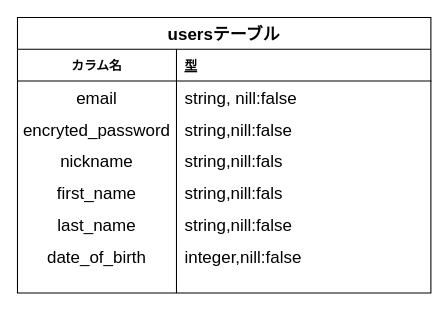
Above: furima.dio in keisuke-5837/furima-36126 (draw.io), before the change. Source tidied: cells renumbered, new cells numbered last; positions are measured from the earlier drawing's top-left corner, leaving out a move shared by most shapes. Both pictures are drawn from the tidied source at 106%, with x=0, y=0 at pixel (17, 17).
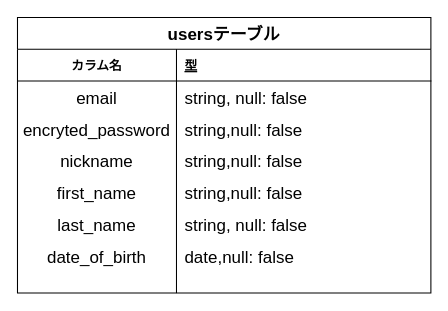
The same page after the edit.

Unchanged cells that the change refers to:
```xml
<mxCell id="6" style="shape=partialRectangle;fillColor=none;top=0;left=0;bottom=0;right=0;" parent="2" vertex="1">
  <mxGeometry y="60" width="390" height="30" as="geometry" />
</mxCell>
<mxCell id="9" style="shape=partialRectangle;fillColor=none;top=0;left=0;bottom=0;right=0;" parent="2" vertex="1">
  <mxGeometry y="90" width="390" height="30" as="geometry" />
</mxCell>
<mxCell id="12" style="shape=partialRectangle;fillColor=none;top=0;left=0;bottom=0;right=0;" parent="2" vertex="1">
  <mxGeometry y="120" width="390" height="30" as="geometry" />
</mxCell>
<mxCell id="15" style="shape=partialRectangle;fillColor=none;top=0;left=0;bottom=0;right=0;" parent="2" vertex="1">
  <mxGeometry y="150" width="390" height="30" as="geometry" />
</mxCell>
<mxCell id="18" style="shape=partialRectangle;fillColor=none;top=0;left=0;bottom=0;right=0;" parent="2" vertex="1">
  <mxGeometry y="180" width="390" height="30" as="geometry" />
</mxCell>
<mxCell id="21" style="shape=partialRectangle;fillColor=none;top=0;left=0;bottom=0;right=0;" parent="2" vertex="1">
  <mxGeometry y="210" width="390" height="30" as="geometry" />
</mxCell>
```

The edit, as a diff of the source:
```diff
@@
-    <mxCell id="8" value="string, nill:false" style="shape=partialRectangle;fillColor=none;top=0;left=0;bottom=0;right=0;align=left;spacingLeft=6;overflow=hidden;fontSize=16;" parent="6" vertex="1">
+    <mxCell id="8" value="string, null: false" style="shape=partialRectangle;fillColor=none;top=0;left=0;bottom=0;right=0;align=left;spacingLeft=6;overflow=hidden;fontSize=16;" parent="6" vertex="1">
       <mxGeometry x="150" width="240" height="30" as="geometry" />
     </mxCell>
@@
-    <mxCell id="11" value="string,nill:false" style="shape=partialRectangle;fillColor=none;top=0;left=0;bottom=0;right=0;align=left;spacingLeft=6;overflow=hidden;fontSize=16;" parent="9" vertex="1">
+    <mxCell id="11" value="string,null: false" style="shape=partialRectangle;fillColor=none;top=0;left=0;bottom=0;right=0;align=left;spacingLeft=6;overflow=hidden;fontSize=16;" parent="9" vertex="1">
       <mxGeometry x="150" width="240" height="30" as="geometry" />
     </mxCell>
@@
-    <mxCell id="14" value="string,nill:fals" style="shape=partialRectangle;fillColor=none;top=0;left=0;bottom=0;right=0;align=left;spacingLeft=6;overflow=hidden;fontSize=16;" parent="12" vertex="1">
+    <mxCell id="14" value="string,null: false" style="shape=partialRectangle;fillColor=none;top=0;left=0;bottom=0;right=0;align=left;spacingLeft=6;overflow=hidden;fontSize=16;" parent="12" vertex="1">
       <mxGeometry x="150" width="240" height="30" as="geometry" />
     </mxCell>
@@
-    <mxCell id="17" value="string,nill:fals" style="shape=partialRectangle;fillColor=none;top=0;left=0;bottom=0;right=0;align=left;spacingLeft=6;overflow=hidden;fontSize=16;" parent="15" vertex="1">
+    <mxCell id="17" value="string,null: false" style="shape=partialRectangle;fillColor=none;top=0;left=0;bottom=0;right=0;align=left;spacingLeft=6;overflow=hidden;fontSize=16;" parent="15" vertex="1">
       <mxGeometry x="150" width="240" height="30" as="geometry" />
     </mxCell>
@@
-    <mxCell id="20" value="string,nill:false" style="shape=partialRectangle;fillColor=none;top=0;left=0;bottom=0;right=0;align=left;spacingLeft=6;overflow=hidden;fontSize=16;" parent="18" vertex="1">
+    <mxCell id="20" value="string, null: false" style="shape=partialRectangle;fillColor=none;top=0;left=0;bottom=0;right=0;align=left;spacingLeft=6;overflow=hidden;fontSize=16;" parent="18" vertex="1">
       <mxGeometry x="150" width="240" height="30" as="geometry" />
     </mxCell>
@@
-    <mxCell id="23" value="integer,nill:false" style="shape=partialRectangle;fillColor=none;top=0;left=0;bottom=0;right=0;align=left;spacingLeft=6;overflow=hidden;fontSize=16;" parent="21" vertex="1">
+    <mxCell id="23" value="date,null: false" style="shape=partialRectangle;fillColor=none;top=0;left=0;bottom=0;right=0;align=left;spacingLeft=6;overflow=hidden;fontSize=16;" parent="21" vertex="1">
       <mxGeometry x="150" width="240" height="30" as="geometry" />
     </mxCell>
```
